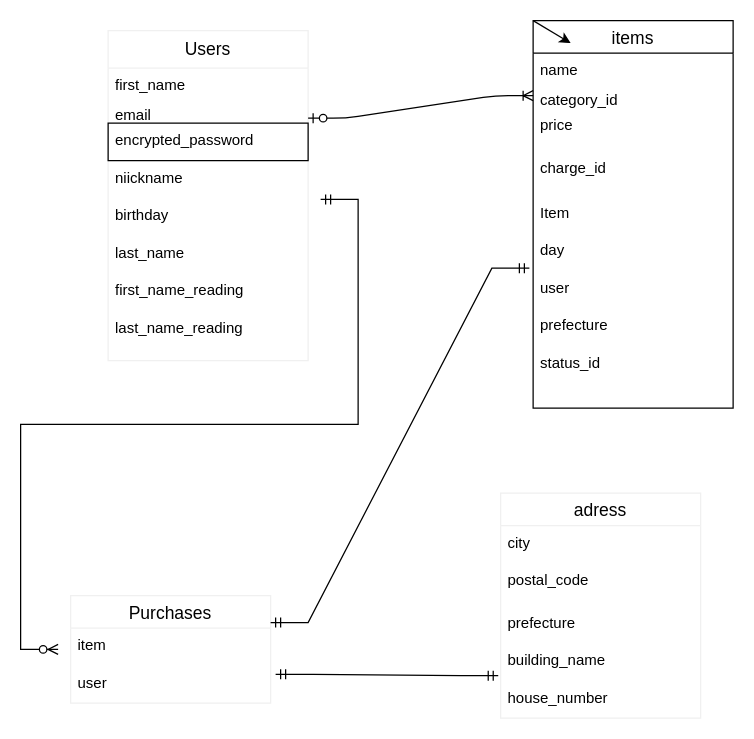
1090dopl/furima-37280 keeps this draw.io diagram as test.dio. Above is the earlier version. Source tidied: cells renumbered, new cells numbered last; positions are measured from the earlier drawing's top-left corner, leaving out a move shared by most shapes. Both pictures are drawn from the tidied source at 125%, with x=0, y=0 at pixel (58, 20).
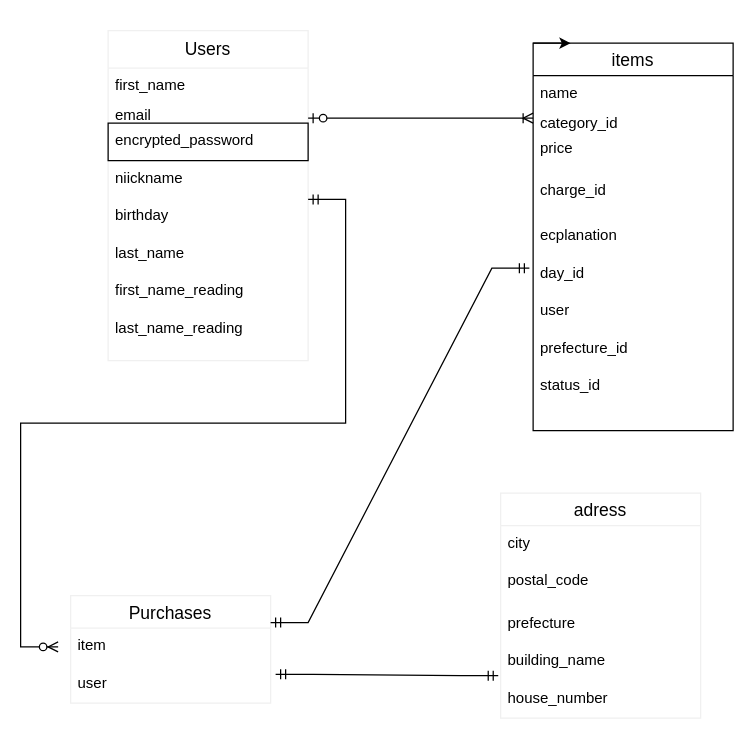
After the change.

What changed in the source:
```diff
@@
     <mxCell id="22" value="items" style="swimlane;fontStyle=0;horizontal=1;startSize=26;align=center;fontSize=14;labelBackgroundColor=default;strokeColor=default;strokeWidth=1;fillColor=none;" parent="1" vertex="1">
-      <mxGeometry x="380" width="160" height="310" as="geometry" />
+      <mxGeometry x="380" y="18" width="160" height="310" as="geometry" />
     </mxCell>
@@
-    <mxCell id="27" value="Item" style="text;strokeColor=none;fillColor=none;spacingLeft=4;spacingRight=4;overflow=hidden;fontSize=12;labelBackgroundColor=default;" parent="22" vertex="1">
+    <mxCell id="27" value="ecplanation" style="text;strokeColor=none;fillColor=none;spacingLeft=4;spacingRight=4;overflow=hidden;fontSize=12;labelBackgroundColor=default;" parent="22" vertex="1">
       <mxGeometry y="140" width="160" height="30" as="geometry" />
     </mxCell>
-    <mxCell id="28" value="day" style="text;strokeColor=none;fillColor=none;spacingLeft=4;spacingRight=4;overflow=hidden;fontSize=12;labelBackgroundColor=default;" parent="22" vertex="1">
+    <mxCell id="28" value="day_id" style="text;strokeColor=none;fillColor=none;spacingLeft=4;spacingRight=4;overflow=hidden;fontSize=12;labelBackgroundColor=default;" parent="22" vertex="1">
       <mxGeometry y="170" width="160" height="30" as="geometry" />
     </mxCell>
@@
-    <mxCell id="30" value="prefecture" style="text;strokeColor=none;fillColor=none;spacingLeft=4;spacingRight=4;overflow=hidden;fontSize=12;labelBackgroundColor=default;" parent="22" vertex="1">
+    <mxCell id="30" value="prefecture_id" style="text;strokeColor=none;fillColor=none;spacingLeft=4;spacingRight=4;overflow=hidden;fontSize=12;labelBackgroundColor=default;" parent="22" vertex="1">
       <mxGeometry y="230" width="160" height="30" as="geometry" />
     </mxCell>
@@
     <mxCell id="33" style="edgeStyle=entityRelationEdgeStyle;fontSize=12;html=1;endArrow=ERzeroToMany;startArrow=ERmandOne;targetPerimeterSpacing=1;rounded=0;" parent="1" edge="1">
       <mxGeometry relative="1" as="geometry">
-        <mxPoint x="210" y="143" as="sourcePoint" />
-        <mxPoint y="503" as="targetPoint" />
+        <mxPoint x="200" y="143" as="sourcePoint" />
+        <mxPoint y="501" as="targetPoint" />
       </mxGeometry>
     </mxCell>
```
